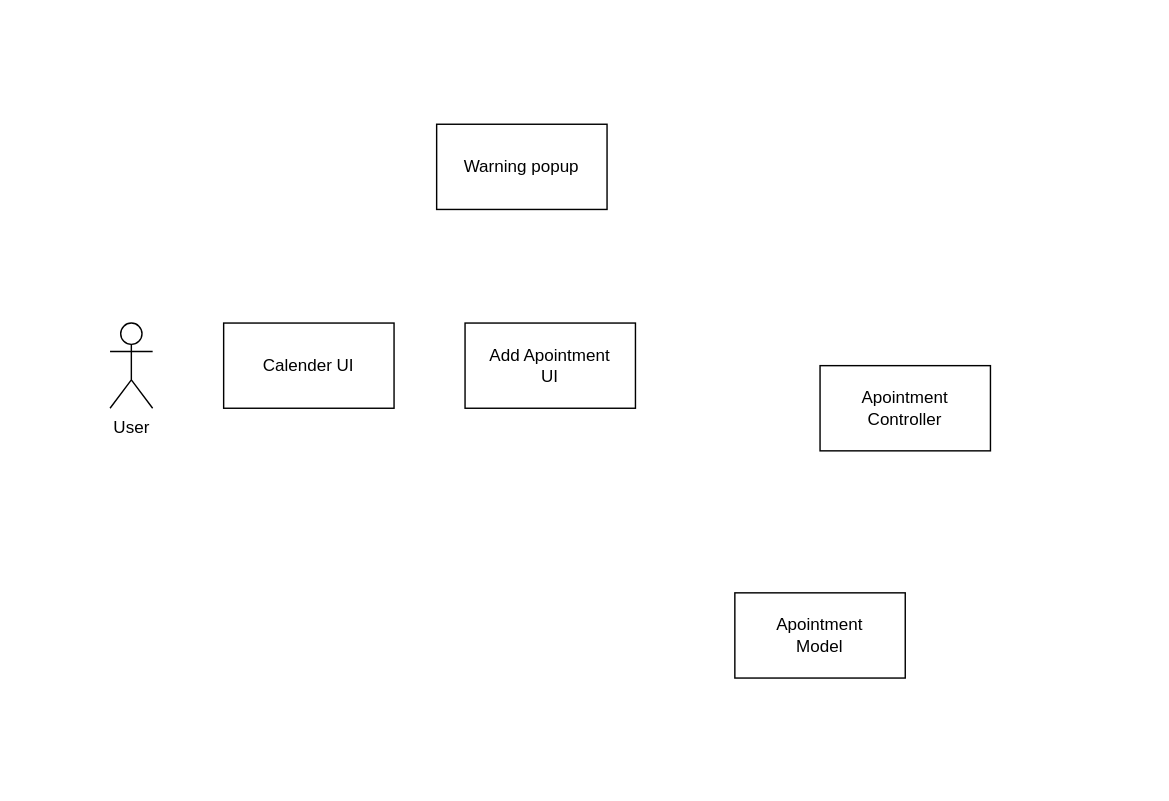
Above: Untitled Diagram.drawio in kkoahis/DjangoWeb-Ecomecer (draw.io), before the change. Source tidied: cells renumbered, new cells numbered last; positions are measured from the earlier drawing's top-left corner, leaving out a move shared by most shapes. Both pictures are drawn from the tidied source at 142%, with x=0, y=0 at pixel (109, 124).
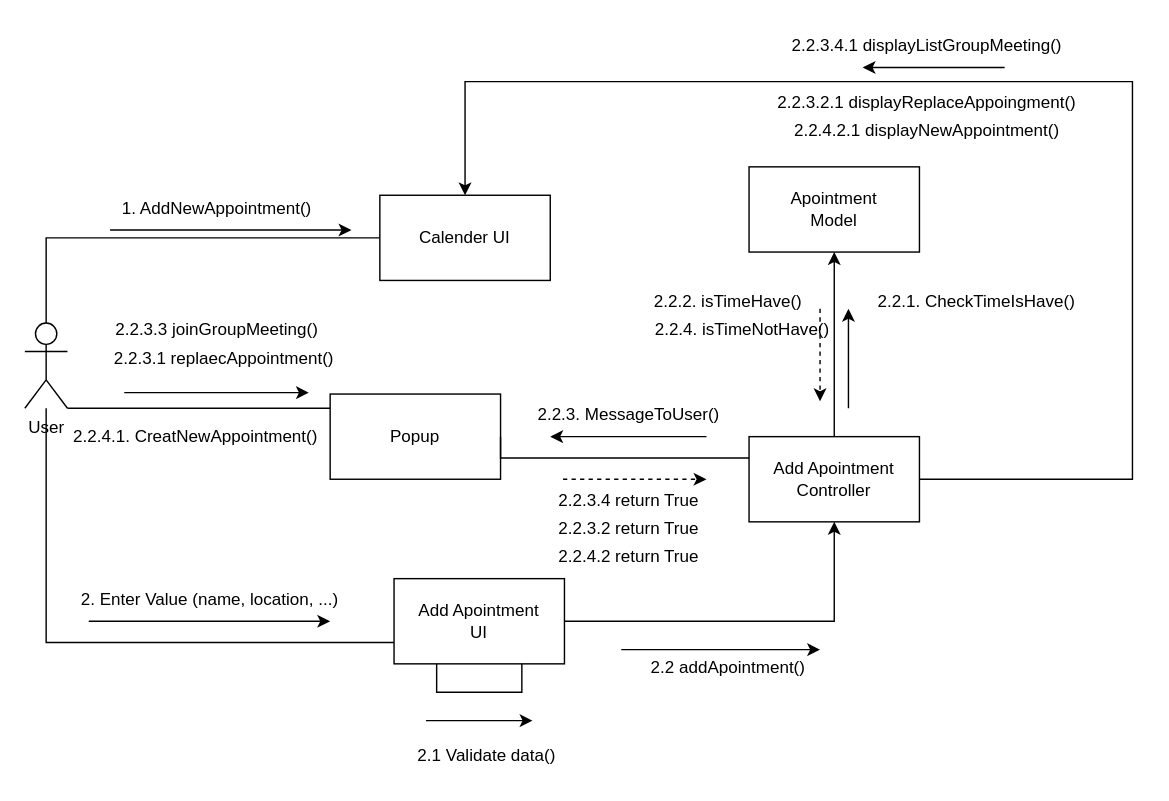
The same diagram, later.

Change to the diagram source:
```diff
@@
+    <mxCell id="8" style="edgeStyle=orthogonalEdgeStyle;rounded=0;jettySize=auto;html=1;entryX=0;entryY=0.5;entryDx=0;entryDy=0;endArrow=none;endFill=0;" parent="1" edge="1" source="2" target="3">
+      <mxGeometry relative="1" as="geometry">
+        <Array as="points">
+          <mxPoint x="-45" y="80" />
+        </Array>
+      </mxGeometry>
+    </mxCell>
+    <mxCell id="9" style="edgeStyle=orthogonalEdgeStyle;rounded=0;jettySize=auto;html=1;entryX=0;entryY=0.75;entryDx=0;entryDy=0;endArrow=none;endFill=0;" parent="1" edge="1" source="2" target="5">
+      <mxGeometry relative="1" as="geometry">
+        <Array as="points">
+          <mxPoint x="-45" y="365" />
+        </Array>
+      </mxGeometry>
+    </mxCell>
     <mxCell id="2" value="User" style="shape=umlActor;verticalLabelPosition=bottom;verticalAlign=top;html=1;outlineConnect=0;" parent="1" vertex="1">
-      <mxGeometry y="140" width="30" height="60" as="geometry" />
+      <mxGeometry x="-60" y="140" width="30" height="60" as="geometry" />
     </mxCell>
     <mxCell id="3" value="Calender UI" style="rounded=0;whiteSpace=wrap;html=1;" parent="1" vertex="1">
-      <mxGeometry x="80" y="140" width="120" height="60" as="geometry" />
+      <mxGeometry x="190" y="50" width="120" height="60" as="geometry" />
     </mxCell>
+    <mxCell id="10" style="edgeStyle=orthogonalEdgeStyle;rounded=0;jettySize=auto;html=1;endArrow=none;endFill=0;entryX=1;entryY=1;entryDx=0;entryDy=0;entryPerimeter=0;" parent="1" edge="1" source="4" target="2">
+      <mxGeometry relative="1" as="geometry">
+        <Array as="points">
+          <mxPoint x="20" y="200" />
+          <mxPoint x="20" y="200" />
+        </Array>
+      </mxGeometry>
+    </mxCell>
-    <mxCell id="4" value="Warning popup" style="rounded=0;whiteSpace=wrap;html=1;" parent="1" vertex="1">
-      <mxGeometry x="230" width="120" height="60" as="geometry" />
+    <mxCell id="4" value="Popup" style="rounded=0;whiteSpace=wrap;html=1;" parent="1" vertex="1">
+      <mxGeometry x="155" y="190" width="120" height="60" as="geometry" />
     </mxCell>
+    <mxCell id="11" style="edgeStyle=orthogonalEdgeStyle;rounded=0;jettySize=auto;html=1;exitX=1;exitY=0.5;exitDx=0;exitDy=0;entryX=0.5;entryY=1;entryDx=0;entryDy=0;" parent="1" edge="1" source="5" target="6">
+      <mxGeometry relative="1" as="geometry" />
+    </mxCell>
     <mxCell id="5" value="Add Apointment&lt;br&gt;UI" style="rounded=0;whiteSpace=wrap;html=1;" parent="1" vertex="1">
-      <mxGeometry x="250" y="140" width="120" height="60" as="geometry" />
+      <mxGeometry x="200" y="320" width="120" height="60" as="geometry" />
     </mxCell>
+    <mxCell id="12" style="edgeStyle=orthogonalEdgeStyle;rounded=0;jettySize=auto;html=1;exitX=0.5;exitY=0;exitDx=0;exitDy=0;entryX=0.5;entryY=1;entryDx=0;entryDy=0;" parent="1" edge="1" source="6" target="7">
+      <mxGeometry relative="1" as="geometry" />
+    </mxCell>
+    <mxCell id="13" style="edgeStyle=orthogonalEdgeStyle;rounded=0;jettySize=auto;html=1;exitX=0;exitY=0.25;exitDx=0;exitDy=0;entryX=1;entryY=0.5;entryDx=0;entryDy=0;endArrow=none;endFill=0;" parent="1" edge="1" source="6" target="4">
+      <mxGeometry relative="1" as="geometry">
+        <Array as="points">
+          <mxPoint x="275" y="235" />
+        </Array>
+      </mxGeometry>
+    </mxCell>
+    <mxCell id="14" style="edgeStyle=orthogonalEdgeStyle;rounded=0;jettySize=auto;html=1;entryX=0.5;entryY=0;entryDx=0;entryDy=0;" parent="1" edge="1" source="6" target="3">
+      <mxGeometry relative="1" as="geometry">
+        <Array as="points">
+          <mxPoint x="720" y="250" />
+          <mxPoint x="720" y="-30" />
+          <mxPoint x="250" y="-30" />
+        </Array>
+      </mxGeometry>
+    </mxCell>
-    <mxCell id="6" value="Apointment&lt;br&gt;Controller" style="rounded=0;whiteSpace=wrap;html=1;" parent="1" vertex="1">
-      <mxGeometry x="500" y="170" width="120" height="60" as="geometry" />
+    <mxCell id="6" value="Add Apointment&lt;br&gt;Controller" style="rounded=0;whiteSpace=wrap;html=1;" parent="1" vertex="1">
+      <mxGeometry x="450" y="220" width="120" height="60" as="geometry" />
     </mxCell>
     <mxCell id="7" value="Apointment&lt;br&gt;Model" style="rounded=0;whiteSpace=wrap;html=1;" parent="1" vertex="1">
-      <mxGeometry x="440" y="330" width="120" height="60" as="geometry" />
+      <mxGeometry x="450" y="30" width="120" height="60" as="geometry" />
     </mxCell>
+    <mxCell id="15" style="endArrow=classic;html=1;rounded=0;" parent="1" edge="1">
+      <mxGeometry relative="1" as="geometry">
+        <mxPoint y="74.5" as="sourcePoint" />
+        <mxPoint x="170" y="74.5" as="targetPoint" />
+      </mxGeometry>
+    </mxCell>
+    <mxCell id="16" value="1. AddNewAppointment()" style="text;html=1;align=center;verticalAlign=middle;strokeColor=none;fillColor=none;" parent="1" vertex="1">
+      <mxGeometry x="-5" y="44.5" width="160" height="30" as="geometry" />
+    </mxCell>
+    <mxCell id="17" style="endArrow=classic;html=1;rounded=0;" parent="1" edge="1">
+      <mxGeometry relative="1" as="geometry">
+        <mxPoint x="-15" y="350" as="sourcePoint" />
+        <mxPoint x="155" y="350" as="targetPoint" />
+      </mxGeometry>
+    </mxCell>
+    <mxCell id="18" value="2. Enter Value (name, location, ...)" style="text;html=1;align=center;verticalAlign=middle;strokeColor=none;fillColor=none;" parent="1" vertex="1">
+      <mxGeometry x="-30" y="320" width="200" height="30" as="geometry" />
+    </mxCell>
+    <mxCell id="19" style="edgeStyle=orthogonalEdgeStyle;rounded=0;orthogonalLoop=1;jettySize=auto;html=1;exitX=0.25;exitY=1;exitDx=0;exitDy=0;entryX=0.75;entryY=1;entryDx=0;entryDy=0;endArrow=none;endFill=0;" parent="1" edge="1" source="5" target="5">
+      <mxGeometry relative="1" as="geometry" />
+    </mxCell>
+    <mxCell id="20" style="endArrow=classic;html=1;rounded=0;" parent="1" edge="1">
+      <mxGeometry relative="1" as="geometry">
+        <mxPoint x="222.5" y="420" as="sourcePoint" />
+        <mxPoint x="297.5" y="420" as="targetPoint" />
+        <Array as="points">
+          <mxPoint x="252.5" y="420" />
+        </Array>
+      </mxGeometry>
+    </mxCell>
+    <mxCell id="21" value="2.1 Validate data()" style="text;html=1;align=center;verticalAlign=middle;strokeColor=none;fillColor=none;" parent="1" vertex="1">
+      <mxGeometry x="205" y="430" width="120" height="30" as="geometry" />
+    </mxCell>
+    <mxCell id="22" style="endArrow=classic;html=1;rounded=0;" parent="1" edge="1">
+      <mxGeometry relative="1" as="geometry">
+        <mxPoint x="360" y="370" as="sourcePoint" />
+        <mxPoint x="500" y="370" as="targetPoint" />
+        <Array as="points">
+          <mxPoint x="390" y="370" />
+        </Array>
+      </mxGeometry>
+    </mxCell>
+    <mxCell id="23" value="2.2 addApointment()" style="text;html=1;align=center;verticalAlign=middle;strokeColor=none;fillColor=none;" parent="1" vertex="1">
+      <mxGeometry x="370" y="368" width="130" height="30" as="geometry" />
+    </mxCell>
+    <mxCell id="24" value="2.2.1. CheckTimeIsHave()" style="text;html=1;align=center;verticalAlign=middle;strokeColor=none;fillColor=none;" parent="1" vertex="1">
+      <mxGeometry x="530" y="110" width="160" height="30" as="geometry" />
+    </mxCell>
+    <mxCell id="25" style="endArrow=classic;html=1;rounded=0;" parent="1" edge="1">
+      <mxGeometry relative="1" as="geometry">
+        <mxPoint x="520" y="200" as="sourcePoint" />
+        <mxPoint x="520" y="130" as="targetPoint" />
+      </mxGeometry>
+    </mxCell>
+    <mxCell id="26" style="endArrow=classic;html=1;rounded=0;dashed=1;" parent="1" edge="1">
+      <mxGeometry relative="1" as="geometry">
+        <mxPoint x="500" y="130" as="sourcePoint" />
+        <mxPoint x="500" y="195" as="targetPoint" />
+      </mxGeometry>
+    </mxCell>
+    <mxCell id="27" value="2.2.2. isTimeHave()" style="text;html=1;align=center;verticalAlign=middle;strokeColor=none;fillColor=none;" parent="1" vertex="1">
+      <mxGeometry x="370" y="110" width="130" height="30" as="geometry" />
+    </mxCell>
+    <mxCell id="28" value="2.2.3. MessageToUser()" style="text;html=1;align=center;verticalAlign=middle;strokeColor=none;fillColor=none;" parent="1" vertex="1">
+      <mxGeometry x="290" y="190" width="150" height="30" as="geometry" />
+    </mxCell>
+    <mxCell id="29" style="endArrow=classic;html=1;rounded=0;" parent="1" edge="1">
+      <mxGeometry relative="1" as="geometry">
+        <mxPoint x="420" y="220" as="sourcePoint" />
+        <mxPoint x="310" y="220" as="targetPoint" />
+      </mxGeometry>
+    </mxCell>
+    <mxCell id="30" style="endArrow=classic;html=1;rounded=0;" parent="1" edge="1">
+      <mxGeometry relative="1" as="geometry">
+        <mxPoint x="10" y="189" as="sourcePoint" />
+        <mxPoint x="140" y="189" as="targetPoint" />
+      </mxGeometry>
+    </mxCell>
+    <mxCell id="31" value="2.2.3.3 joinGroupMeeting()" style="text;html=1;align=center;verticalAlign=middle;strokeColor=none;fillColor=none;" parent="1" vertex="1">
+      <mxGeometry x="-10" y="130" width="170" height="30" as="geometry" />
+    </mxCell>
+    <mxCell id="32" value="2.2.3.1 replaecAppointment()" style="text;html=1;align=center;verticalAlign=middle;strokeColor=none;fillColor=none;" parent="1" vertex="1">
+      <mxGeometry x="-10" y="150" width="180" height="30" as="geometry" />
+    </mxCell>
+    <mxCell id="33" style="endArrow=classic;html=1;rounded=0;dashed=1;" parent="1" edge="1">
+      <mxGeometry relative="1" as="geometry">
+        <mxPoint x="319" y="250" as="sourcePoint" />
+        <mxPoint x="420" y="250" as="targetPoint" />
+      </mxGeometry>
+    </mxCell>
+    <mxCell id="34" value="2.2.3.4 return True" style="text;html=1;align=center;verticalAlign=middle;strokeColor=none;fillColor=none;" parent="1" vertex="1">
+      <mxGeometry x="305" y="250" width="120" height="30" as="geometry" />
+    </mxCell>
+    <mxCell id="35" value="2.2.3.2 return True" style="text;html=1;align=center;verticalAlign=middle;strokeColor=none;fillColor=none;" parent="1" vertex="1">
+      <mxGeometry x="305" y="270" width="120" height="30" as="geometry" />
+    </mxCell>
+    <mxCell id="36" value="2.2.4. isTimeNotHave()" style="text;html=1;align=center;verticalAlign=middle;strokeColor=none;fillColor=none;" parent="1" vertex="1">
+      <mxGeometry x="370" y="130" width="150" height="30" as="geometry" />
+    </mxCell>
+    <mxCell id="37" value="2.2.4.1. CreatNewAppointment()" style="text;html=1;align=center;verticalAlign=middle;strokeColor=none;fillColor=none;" parent="1" vertex="1">
+      <mxGeometry x="-40" y="205" width="200" height="30" as="geometry" />
+    </mxCell>
+    <mxCell id="38" value="2.2.4.2 return True" style="text;html=1;align=center;verticalAlign=middle;strokeColor=none;fillColor=none;" parent="1" vertex="1">
+      <mxGeometry x="305" y="290" width="120" height="30" as="geometry" />
+    </mxCell>
+    <mxCell id="39" value="2.2.3.4.1 displayListGroupMeeting()" style="text;html=1;align=center;verticalAlign=middle;strokeColor=none;fillColor=none;" parent="1" vertex="1">
+      <mxGeometry x="470" y="-70" width="210" height="30" as="geometry" />
+    </mxCell>
+    <mxCell id="40" style="endArrow=classic;html=1;rounded=0;" parent="1" edge="1">
+      <mxGeometry relative="1" as="geometry">
+        <mxPoint x="630" y="-40" as="sourcePoint" />
+        <mxPoint x="530" y="-40" as="targetPoint" />
+      </mxGeometry>
+    </mxCell>
+    <mxCell id="41" value="2.2.3.2.1 displayReplaceAppoingment()" style="text;html=1;align=center;verticalAlign=middle;strokeColor=none;fillColor=none;" parent="1" vertex="1">
+      <mxGeometry x="460" y="-30" width="230" height="30" as="geometry" />
+    </mxCell>
+    <mxCell id="42" value="2.2.4.2.1 displayNewAppointment()" style="text;html=1;align=center;verticalAlign=middle;strokeColor=none;fillColor=none;" parent="1" vertex="1">
+      <mxGeometry x="470" y="-10" width="210" height="30" as="geometry" />
+    </mxCell>
```
